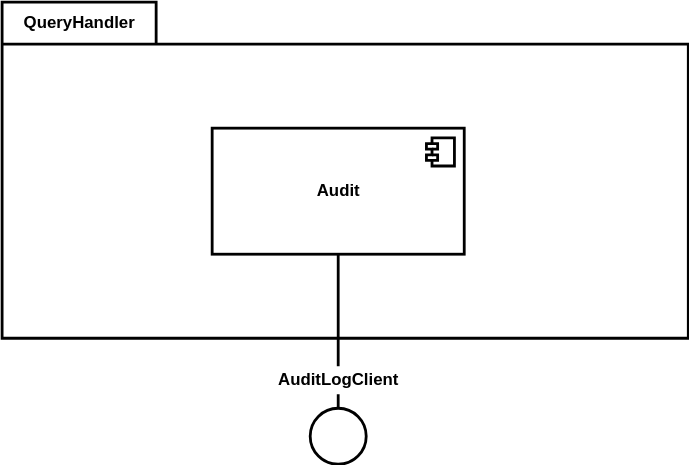
HaniAlshikh/bachelor-thesis keeps this draw.io diagram as src/template_thesis/diagrams/audit_component/audit_component_component_diagram_white_box_level_1.drawio.svg. Above is the earlier version. Source tidied: cells renumbered, new cells last; positions are measured from the earlier drawing's top-left corner, leaving out a move shared by most shapes. Source of this version:
```xml
<mxGraphModel background="#ffffff">
  <root>
    <mxCell id="0" />
    <mxCell id="1" parent="0" />
    <mxCell id="2" value="QueryHandler" style="shape=folder;fontStyle=1;tabWidth=110;tabHeight=30;tabPosition=left;html=1;boundedLbl=1;labelInHeader=1;strokeWidth=2;rounded=0;" parent="1" vertex="1">
      <mxGeometry width="490" height="240" as="geometry" />
    </mxCell>
    <mxCell id="3" value="&lt;b&gt;Audit&lt;/b&gt;" style="html=1;strokeWidth=2;align=center;verticalAlign=middle;rounded=0;" parent="2" vertex="1">
      <mxGeometry x="150" y="90" width="180" height="90" as="geometry" />
    </mxCell>
    <mxCell id="4" style="shape=module;jettyWidth=8;jettyHeight=4;strokeWidth=2;align=center;verticalAlign=middle;rounded=0;" parent="3" vertex="1">
      <mxGeometry x="1" width="20" height="20" relative="1" as="geometry">
        <mxPoint x="-27" y="7" as="offset" />
      </mxGeometry>
    </mxCell>
    <mxCell id="5" style="edgeStyle=orthogonalEdgeStyle;shape=connector;rounded=0;html=1;labelBackgroundColor=default;fontFamily=Helvetica;fontSize=11;fontColor=default;endArrow=none;endFill=0;strokeColor=default;strokeWidth=2;" parent="1" edge="1" source="3" target="6">
      <mxGeometry relative="1" as="geometry" />
    </mxCell>
    <mxCell id="6" style="ellipse;html=1;strokeWidth=2;labelPosition=center;verticalLabelPosition=top;align=center;verticalAlign=bottom;spacing=5;rounded=0;labelBackgroundColor=default;" parent="1" vertex="1">
      <mxGeometry x="220" y="290" width="40" height="40" as="geometry" />
    </mxCell>
    <mxCell id="7" style="rounded=0;whiteSpace=wrap;html=1;labelBackgroundColor=default;strokeColor=none;" parent="1" vertex="1">
      <mxGeometry x="180" y="260" width="120" height="20" as="geometry" />
    </mxCell>
    <mxCell id="8" value="&lt;b&gt;AuditLogClient&lt;/b&gt;" style="text;html=1;align=center;verticalAlign=middle;strokeColor=none;fillColor=none;labelBackgroundColor=none;" parent="1" vertex="1">
      <mxGeometry x="190" y="260" width="100" height="20" as="geometry" />
    </mxCell>
  </root>
</mxGraphModel>
```
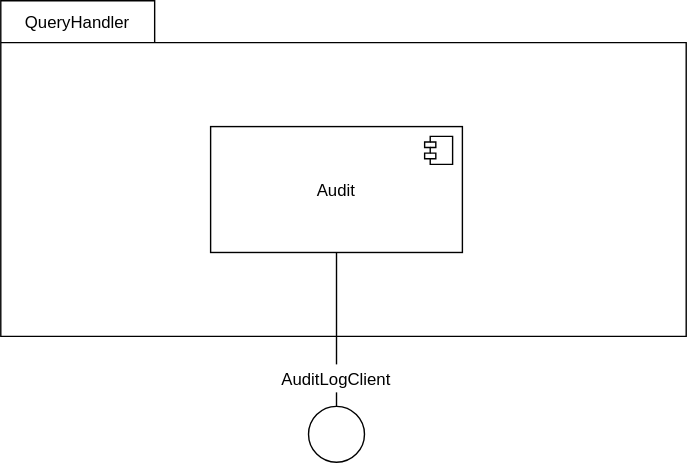
After the commit.

Change to the diagram source:
```diff
@@ -2,27 +2,27 @@
   <root>
     <mxCell id="0" />
     <mxCell id="1" parent="0" />
-    <mxCell id="2" value="QueryHandler" style="shape=folder;fontStyle=1;tabWidth=110;tabHeight=30;tabPosition=left;html=1;boundedLbl=1;labelInHeader=1;strokeWidth=2;rounded=0;" parent="1" vertex="1">
+    <mxCell id="2" value="QueryHandler" style="shape=folder;fontStyle=0;tabWidth=110;tabHeight=30;tabPosition=left;boundedLbl=1;labelInHeader=1;strokeWidth=1;rounded=0;" parent="1" vertex="1">
       <mxGeometry width="490" height="240" as="geometry" />
     </mxCell>
-    <mxCell id="3" value="&lt;b&gt;Audit&lt;/b&gt;" style="html=1;strokeWidth=2;align=center;verticalAlign=middle;rounded=0;" parent="2" vertex="1">
+    <mxCell id="3" value="Audit" style="strokeWidth=1;align=center;verticalAlign=middle;rounded=0;" parent="2" vertex="1">
       <mxGeometry x="150" y="90" width="180" height="90" as="geometry" />
     </mxCell>
-    <mxCell id="4" style="shape=module;jettyWidth=8;jettyHeight=4;strokeWidth=2;align=center;verticalAlign=middle;rounded=0;" parent="3" vertex="1">
+    <mxCell id="4" style="shape=module;jettyWidth=8;jettyHeight=4;strokeWidth=1;align=center;verticalAlign=middle;rounded=0;" parent="3" vertex="1">
       <mxGeometry x="1" width="20" height="20" relative="1" as="geometry">
         <mxPoint x="-27" y="7" as="offset" />
       </mxGeometry>
     </mxCell>
-    <mxCell id="5" style="edgeStyle=orthogonalEdgeStyle;shape=connector;rounded=0;html=1;labelBackgroundColor=default;fontFamily=Helvetica;fontSize=11;fontColor=default;endArrow=none;endFill=0;strokeColor=default;strokeWidth=2;" parent="1" edge="1" source="3" target="6">
+    <mxCell id="5" style="edgeStyle=orthogonalEdgeStyle;shape=connector;rounded=0;labelBackgroundColor=default;fontFamily=Helvetica;fontSize=11;fontColor=default;endArrow=none;endFill=0;strokeColor=default;strokeWidth=1;" parent="1" edge="1" source="3" target="6">
       <mxGeometry relative="1" as="geometry" />
     </mxCell>
-    <mxCell id="6" style="ellipse;html=1;strokeWidth=2;labelPosition=center;verticalLabelPosition=top;align=center;verticalAlign=bottom;spacing=5;rounded=0;labelBackgroundColor=default;" parent="1" vertex="1">
+    <mxCell id="6" style="ellipse;strokeWidth=1;labelPosition=center;verticalLabelPosition=top;align=center;verticalAlign=bottom;spacing=5;rounded=0;labelBackgroundColor=default;" parent="1" vertex="1">
       <mxGeometry x="220" y="290" width="40" height="40" as="geometry" />
     </mxCell>
-    <mxCell id="7" style="rounded=0;whiteSpace=wrap;html=1;labelBackgroundColor=default;strokeColor=none;" parent="1" vertex="1">
+    <mxCell id="7" style="rounded=0;labelBackgroundColor=default;strokeColor=none;strokeWidth=1;" parent="1" vertex="1">
       <mxGeometry x="180" y="260" width="120" height="20" as="geometry" />
     </mxCell>
-    <mxCell id="8" value="&lt;b&gt;AuditLogClient&lt;/b&gt;" style="text;html=1;align=center;verticalAlign=middle;strokeColor=none;fillColor=none;labelBackgroundColor=none;" parent="1" vertex="1">
+    <mxCell id="8" value="AuditLogClient" style="text;align=center;verticalAlign=middle;strokeColor=none;fillColor=none;labelBackgroundColor=none;strokeWidth=1;" parent="1" vertex="1">
       <mxGeometry x="190" y="260" width="100" height="20" as="geometry" />
     </mxCell>
   </root>
```
